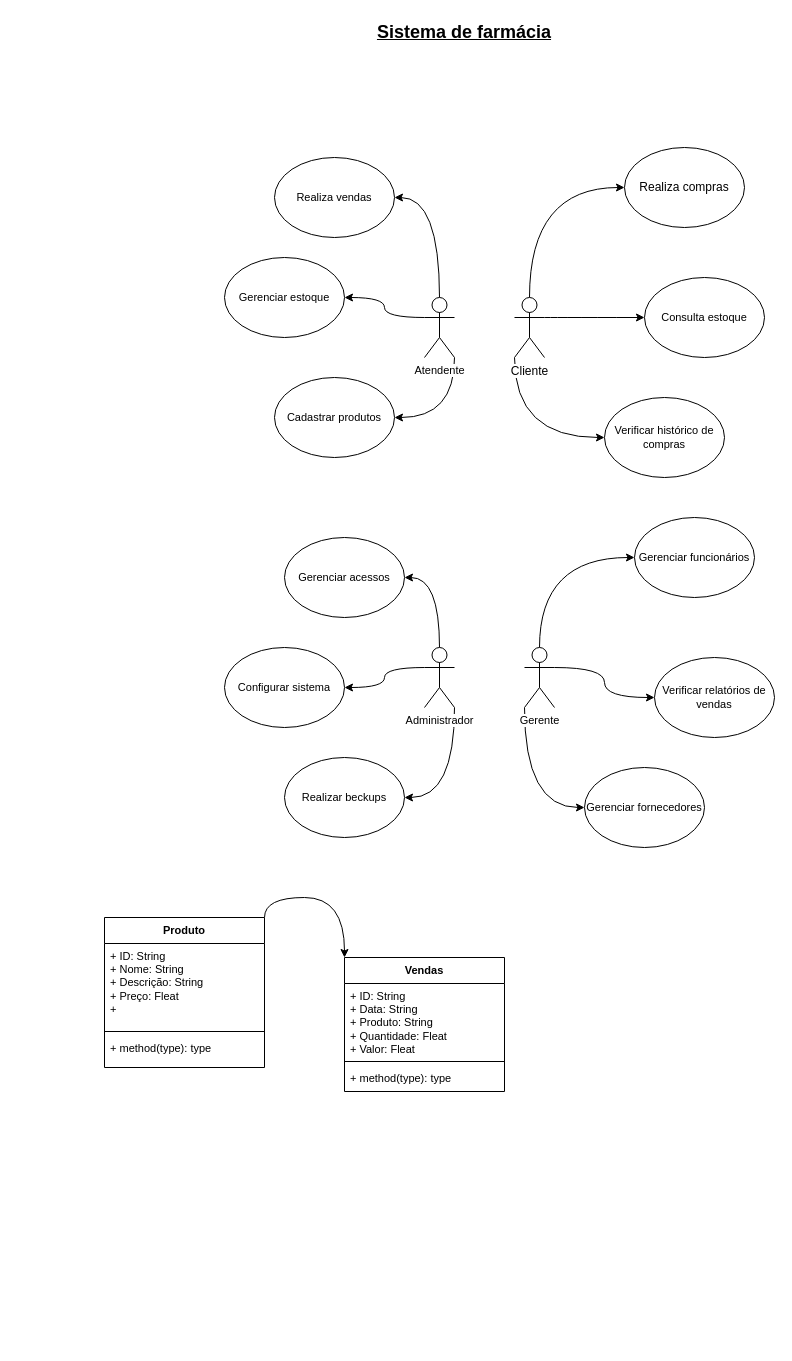
This is page "Atividade 1" (1 of 4) of Diagrama sem nome.drawio from Eduardo-1105/diagramasderequesitos, a draw.io file, before an edit. Source tidied: cells renumbered, new cells numbered last; positions are measured from the earlier drawing's top-left corner, leaving out a move shared by most shapes. Both pictures are drawn from the tidied source at 100%, with x=0, y=0 at pixel (104, 17).
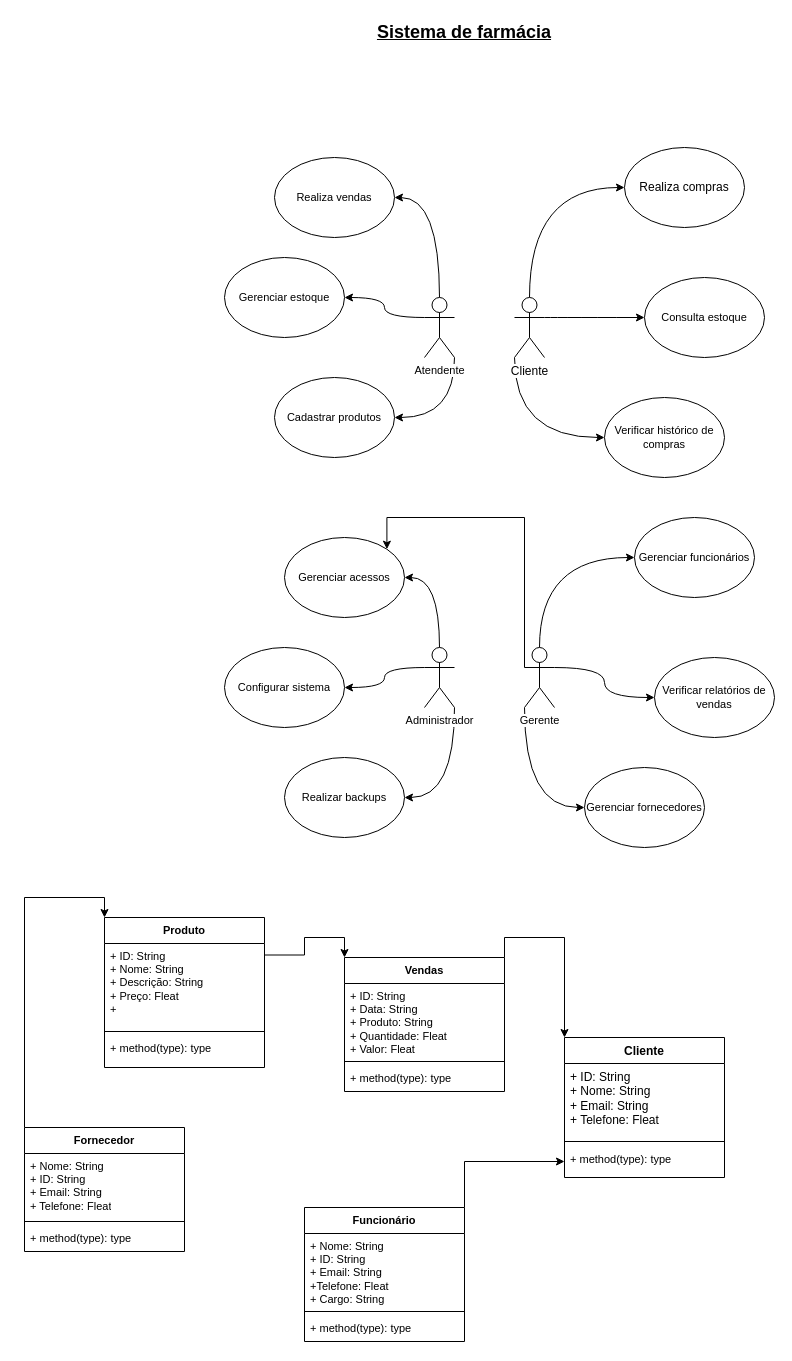
The same diagram, later.

Commit message:
Actualizar Diagrama sem Atividade.drawio

The change refers to these unchanged cells:
```xml
<mxCell id="21" value="Gerente" style="shape=umlActor;verticalLabelPosition=bottom;verticalAlign=top;html=1;outlineConnect=0;fontFamily=Helvetica;fontSize=11;fontColor=default;labelBackgroundColor=default;" parent="1" vertex="1">
  <mxGeometry x="420" y="630" width="30" height="60" as="geometry" />
</mxCell>
<mxCell id="28" value="Gerenciar acessos" style="ellipse;whiteSpace=wrap;html=1;fontFamily=Helvetica;fontSize=11;fontColor=default;labelBackgroundColor=none;" parent="1" vertex="1">
  <mxGeometry x="180" y="520" width="120" height="80" as="geometry" />
</mxCell>
<mxCell id="32" value="Produto" style="swimlane;fontStyle=1;align=center;verticalAlign=top;horizontal=1;startSize=26;whiteSpace=wrap;html=1;fontFamily=Helvetica;fontSize=11;fontColor=default;labelBackgroundColor=default;" parent="1" vertex="1">
  <mxGeometry y="900" width="160" height="150" as="geometry" />
</mxCell>
<mxCell id="36" value="Vendas" style="swimlane;fontStyle=1;align=center;verticalAlign=top;horizontal=1;startSize=26;whiteSpace=wrap;html=1;fontFamily=Helvetica;fontSize=11;fontColor=default;labelBackgroundColor=default;" parent="1" vertex="1">
  <mxGeometry x="240" y="940" width="160" height="134" as="geometry" />
</mxCell>
```

What changed in the source:
```diff
@@
+    <mxCell id="40" style="edgeStyle=orthogonalEdgeStyle;shape=connector;rounded=0;jettySize=auto;html=1;exitX=0;exitY=0.3333333333333333;exitDx=0;exitDy=0;exitPerimeter=0;entryX=1;entryY=0;entryDx=0;entryDy=0;strokeColor=default;align=center;verticalAlign=middle;fontFamily=Helvetica;fontSize=11;fontColor=default;labelBackgroundColor=default;endArrow=classic;" parent="1" edge="1" source="21" target="28">
+      <mxGeometry relative="1" as="geometry">
+        <Array as="points">
+          <mxPoint x="420" y="500" />
+          <mxPoint x="282" y="500" />
+        </Array>
+      </mxGeometry>
+    </mxCell>
@@
-    <mxCell id="30" value="Realizar beckups" style="ellipse;whiteSpace=wrap;html=1;fontFamily=Helvetica;fontSize=11;fontColor=default;labelBackgroundColor=none;" parent="1" vertex="1">
+    <mxCell id="30" value="Realizar backups" style="ellipse;whiteSpace=wrap;html=1;fontFamily=Helvetica;fontSize=11;fontColor=default;labelBackgroundColor=none;" parent="1" vertex="1">
       <mxGeometry x="180" y="740" width="120" height="80" as="geometry" />
     </mxCell>
-    <mxCell id="31" style="edgeStyle=orthogonalEdgeStyle;shape=connector;curved=1;rounded=0;jettySize=auto;html=1;exitX=1;exitY=0;exitDx=0;exitDy=0;entryX=0;entryY=0;entryDx=0;entryDy=0;strokeColor=default;align=center;verticalAlign=middle;fontFamily=Helvetica;fontSize=11;fontColor=default;labelBackgroundColor=default;endArrow=classic;" parent="1" edge="1" source="32" target="36">
+    <mxCell id="31" style="edgeStyle=orthogonalEdgeStyle;shape=connector;rounded=0;jettySize=auto;html=1;exitX=1;exitY=0.25;exitDx=0;exitDy=0;entryX=0;entryY=0;entryDx=0;entryDy=0;strokeColor=default;align=center;verticalAlign=middle;fontFamily=Helvetica;fontSize=11;fontColor=default;labelBackgroundColor=default;endArrow=classic;" parent="1" edge="1" source="32" target="36">
       <mxGeometry relative="1" as="geometry" />
     </mxCell>
@@
+    <mxCell id="41" style="edgeStyle=orthogonalEdgeStyle;shape=connector;rounded=0;jettySize=auto;html=1;exitX=1;exitY=0;exitDx=0;exitDy=0;entryX=0;entryY=0;entryDx=0;entryDy=0;strokeColor=default;align=center;verticalAlign=middle;fontFamily=Helvetica;fontSize=11;fontColor=default;labelBackgroundColor=default;endArrow=classic;" parent="1" edge="1" source="36" target="42">
+      <mxGeometry relative="1" as="geometry" />
+    </mxCell>
@@
+    <mxCell id="42" value="Cliente" style="swimlane;fontStyle=1;align=center;verticalAlign=top;horizontal=1;startSize=26;whiteSpace=wrap;html=1;" parent="1" vertex="1">
+      <mxGeometry x="460" y="1020" width="160" height="140" as="geometry" />
+    </mxCell>
+    <mxCell id="43" value="+ ID: String&lt;div&gt;+ Nome: String&lt;/div&gt;&lt;div&gt;+ Email: String&lt;/div&gt;&lt;div&gt;+ Telefone: Fleat&lt;/div&gt;" style="text;strokeColor=none;fillColor=none;align=left;verticalAlign=top;spacingLeft=4;spacingRight=4;overflow=hidden;whiteSpace=wrap;html=1;" parent="42" vertex="1">
+      <mxGeometry y="26" width="160" height="74" as="geometry" />
+    </mxCell>
+    <mxCell id="44" style="line;strokeWidth=1;fillColor=none;align=left;verticalAlign=middle;spacingTop=-1;spacingLeft=3;spacingRight=3;labelPosition=right;strokeColor=inherit;" parent="42" vertex="1">
+      <mxGeometry y="100" width="160" height="8" as="geometry" />
+    </mxCell>
+    <mxCell id="45" value="&lt;span style=&quot;font-size: 11px;&quot;&gt;+ method(type): type&lt;/span&gt;" style="text;strokeColor=none;fillColor=none;align=left;verticalAlign=top;spacingLeft=4;spacingRight=4;overflow=hidden;points=[[0,0.5],[1,0.5]];portConstraint=eastwest;whiteSpace=wrap;html=1;" parent="42" vertex="1">
+      <mxGeometry y="108" width="160" height="32" as="geometry" />
+    </mxCell>
+    <mxCell id="46" style="edgeStyle=orthogonalEdgeStyle;shape=connector;rounded=0;jettySize=auto;html=1;exitX=0;exitY=0;exitDx=0;exitDy=0;entryX=0;entryY=0;entryDx=0;entryDy=0;strokeColor=default;align=center;verticalAlign=middle;fontFamily=Helvetica;fontSize=11;fontColor=default;labelBackgroundColor=default;endArrow=classic;" parent="1" edge="1" source="47" target="32">
+      <mxGeometry relative="1" as="geometry" />
+    </mxCell>
+    <mxCell id="47" value="Fornecedor" style="swimlane;fontStyle=1;align=center;verticalAlign=top;horizontal=1;startSize=26;whiteSpace=wrap;html=1;fontFamily=Helvetica;fontSize=11;fontColor=default;labelBackgroundColor=default;" parent="1" vertex="1">
+      <mxGeometry x="-80" y="1110" width="160" height="124" as="geometry" />
+    </mxCell>
+    <mxCell id="48" value="+ Nome: String&lt;div&gt;+ ID: String&lt;/div&gt;&lt;div&gt;+ Email: String&lt;/div&gt;&lt;div&gt;+ Telefone: Fleat&lt;/div&gt;" style="text;strokeColor=none;fillColor=none;align=left;verticalAlign=top;spacingLeft=4;spacingRight=4;overflow=hidden;whiteSpace=wrap;html=1;fontFamily=Helvetica;fontSize=11;fontColor=default;labelBackgroundColor=default;" parent="47" vertex="1">
+      <mxGeometry y="26" width="160" height="64" as="geometry" />
+    </mxCell>
+    <mxCell id="49" style="line;strokeWidth=1;fillColor=none;align=left;verticalAlign=middle;spacingTop=-1;spacingLeft=3;spacingRight=3;labelPosition=right;strokeColor=inherit;fontFamily=Helvetica;fontSize=11;fontColor=default;labelBackgroundColor=default;" parent="47" vertex="1">
+      <mxGeometry y="90" width="160" height="8" as="geometry" />
+    </mxCell>
+    <mxCell id="50" value="+ method(type): type" style="text;strokeColor=none;fillColor=none;align=left;verticalAlign=top;spacingLeft=4;spacingRight=4;overflow=hidden;whiteSpace=wrap;html=1;fontFamily=Helvetica;fontSize=11;fontColor=default;labelBackgroundColor=default;" parent="47" vertex="1">
+      <mxGeometry y="98" width="160" height="26" as="geometry" />
+    </mxCell>
+    <mxCell id="51" style="edgeStyle=orthogonalEdgeStyle;shape=connector;rounded=0;jettySize=auto;html=1;exitX=1;exitY=0;exitDx=0;exitDy=0;entryX=0;entryY=0.5;entryDx=0;entryDy=0;strokeColor=default;align=center;verticalAlign=middle;fontFamily=Helvetica;fontSize=11;fontColor=default;labelBackgroundColor=default;endArrow=classic;" parent="1" edge="1" source="52" target="45">
+      <mxGeometry relative="1" as="geometry" />
+    </mxCell>
+    <mxCell id="52" value="Funcionário" style="swimlane;fontStyle=1;align=center;verticalAlign=top;horizontal=1;startSize=26;whiteSpace=wrap;html=1;fontFamily=Helvetica;fontSize=11;fontColor=default;labelBackgroundColor=default;" parent="1" vertex="1">
+      <mxGeometry x="200" y="1190" width="160" height="134" as="geometry" />
+    </mxCell>
+    <mxCell id="53" value="+ Nome: String&lt;div&gt;+ ID: String&lt;/div&gt;&lt;div&gt;+ Email: String&lt;/div&gt;&lt;div&gt;+Telefone: Fleat&lt;/div&gt;&lt;div&gt;+ Cargo: String&lt;/div&gt;" style="text;strokeColor=none;fillColor=none;align=left;verticalAlign=top;spacingLeft=4;spacingRight=4;overflow=hidden;whiteSpace=wrap;html=1;fontFamily=Helvetica;fontSize=11;fontColor=default;labelBackgroundColor=default;" parent="52" vertex="1">
+      <mxGeometry y="26" width="160" height="74" as="geometry" />
+    </mxCell>
+    <mxCell id="54" style="line;strokeWidth=1;fillColor=none;align=left;verticalAlign=middle;spacingTop=-1;spacingLeft=3;spacingRight=3;labelPosition=right;strokeColor=inherit;fontFamily=Helvetica;fontSize=11;fontColor=default;labelBackgroundColor=default;" parent="52" vertex="1">
+      <mxGeometry y="100" width="160" height="8" as="geometry" />
+    </mxCell>
+    <mxCell id="55" value="+ method(type): type" style="text;strokeColor=none;fillColor=none;align=left;verticalAlign=top;spacingLeft=4;spacingRight=4;overflow=hidden;whiteSpace=wrap;html=1;fontFamily=Helvetica;fontSize=11;fontColor=default;labelBackgroundColor=default;" parent="52" vertex="1">
+      <mxGeometry y="108" width="160" height="26" as="geometry" />
+    </mxCell>
```
